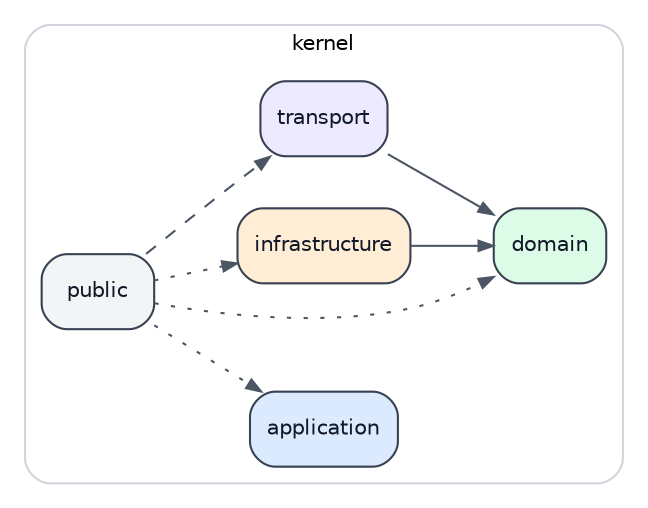
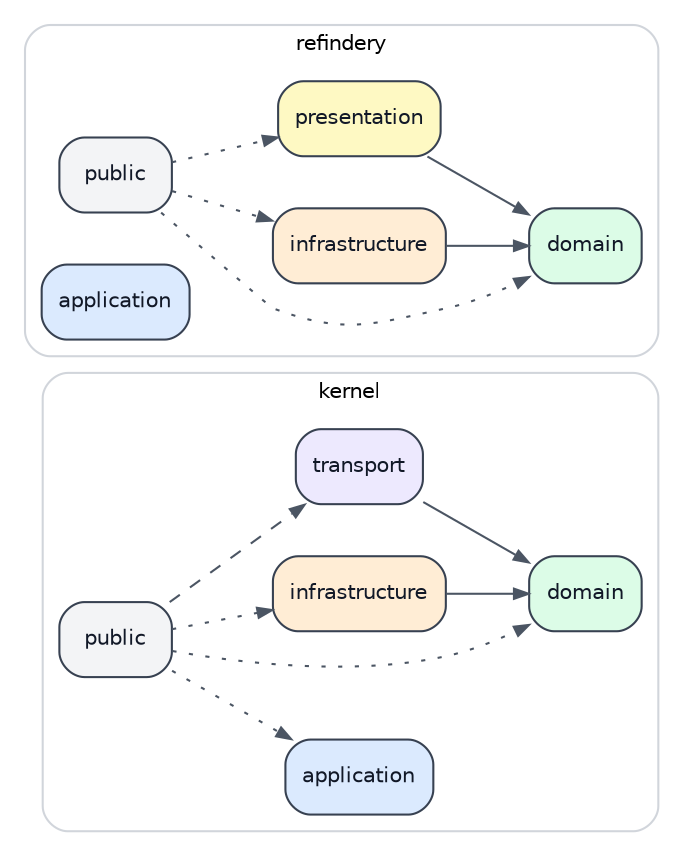
digraph ModuleLayerDependencies {
  graph [rankdir="LR", compound="true", fontname="Helvetica", fontsize="10", nodesep="0.35", ranksep="0.55"];
  node [shape="box", style="rounded,filled", fontname="Helvetica", fontsize="10", color="#374151", fontcolor="#111827"];
  edge [arrowsize="0.7", color="#4b5563", fontname="Helvetica", fontsize="9"];

  subgraph cluster_kernel {
    label="kernel";
    color="#d1d5db";
    style="rounded";
    "kernel/public" [label="public", fillcolor="#f3f4f6"];
    "kernel/application" [label="application", fillcolor="#dbeafe"];
    "kernel/domain" [label="domain", fillcolor="#dcfce7"];
    "kernel/infrastructure" [label="infrastructure", fillcolor="#ffedd5"];
    "kernel/transport" [label="transport", fillcolor="#ede9fe"];
  }

+   subgraph cluster_refindery {
+     label="refindery";
+     color="#d1d5db";
+     style="rounded";
+     "refindery/public" [label="public", fillcolor="#f3f4f6"];
+     "refindery/application" [label="application", fillcolor="#dbeafe"];
+     "refindery/domain" [label="domain", fillcolor="#dcfce7"];
+     "refindery/infrastructure" [label="infrastructure", fillcolor="#ffedd5"];
+     "refindery/presentation" [label="presentation", fillcolor="#fef9c3"];
+   }
+ 
  "kernel/infrastructure" -> "kernel/domain" [style="solid"];
  "kernel/public" -> "kernel/application" [style="dotted"];
  "kernel/public" -> "kernel/domain" [style="dotted"];
  "kernel/public" -> "kernel/infrastructure" [style="dotted"];
  "kernel/public" -> "kernel/transport" [style="dashed"];
  "kernel/transport" -> "kernel/domain" [style="solid"];
+   "refindery/infrastructure" -> "refindery/domain" [style="solid"];
+   "refindery/presentation" -> "refindery/domain" [style="solid"];
+   "refindery/public" -> "refindery/domain" [style="dotted"];
+   "refindery/public" -> "refindery/infrastructure" [style="dotted"];
+   "refindery/public" -> "refindery/presentation" [style="dotted"];
}
